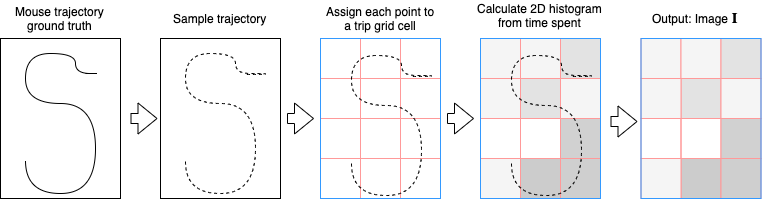
Above: paper/images/trip_grid_algo.png in traja-team/traja (draw.io), before the change. Source tidied: cells renumbered, new cells last; positions are measured from the earlier drawing's top-left corner, leaving out a move shared by most shapes.
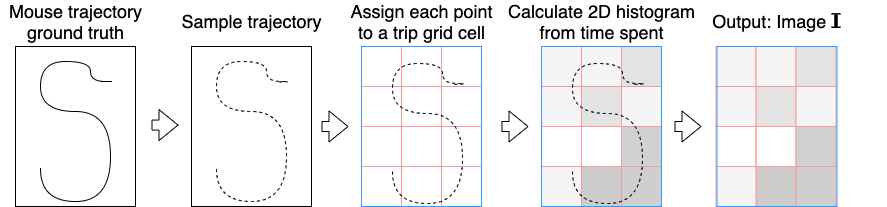
Later version of the same file.

Commit message:
[Paper] Improve images

The edit, as a diff of the source:
```diff
@@ -2,230 +2,231 @@
   <root>
     <mxCell id="0" />
     <mxCell id="1" parent="0" />
-    <mxCell id="2" style="rounded=0;comic=0;jettySize=auto;html=1;shadow=0;shape=flexArrow;perimeterSpacing=10;sourcePerimeterSpacing=8;startSize=10;startWidth=20;snapToPoint=0;entryX=-0.025;entryY=0.5;entryDx=0;entryDy=0;entryPerimeter=0;" parent="1" edge="1" target="5">
-      <mxGeometry relative="1" as="geometry">
-        <mxPoint x="130" y="118" as="sourcePoint" />
-      </mxGeometry>
-    </mxCell>
     <mxCell id="3" style="rounded=0;whiteSpace=wrap;html=1;" parent="1" vertex="1">
-      <mxGeometry y="38" width="120" height="160" as="geometry" />
+      <mxGeometry x="4" y="38" width="120" height="160" as="geometry" />
     </mxCell>
     <mxCell id="4" style="endArrow=none;html=1;edgeStyle=orthogonalEdgeStyle;curved=1;shadow=0;comic=0;" parent="1" edge="1">
       <mxGeometry relative="1" as="geometry">
-        <mxPoint x="25" y="160" as="sourcePoint" />
-        <mxPoint x="85" y="73" as="targetPoint" />
+        <mxPoint x="29" y="160" as="sourcePoint" />
+        <mxPoint x="89" y="73" as="targetPoint" />
         <Array as="points">
-          <mxPoint x="25" y="193" />
-          <mxPoint x="95" y="193" />
-          <mxPoint x="95" y="103" />
-          <mxPoint x="25" y="103" />
-          <mxPoint x="25" y="53" />
-          <mxPoint x="75" y="53" />
-          <mxPoint x="75" y="73" />
-          <mxPoint x="105" y="73" />
+          <mxPoint x="29" y="193" />
+          <mxPoint x="99" y="193" />
+          <mxPoint x="99" y="103" />
+          <mxPoint x="29" y="103" />
+          <mxPoint x="29" y="53" />
+          <mxPoint x="79" y="53" />
+          <mxPoint x="79" y="73" />
+          <mxPoint x="109" y="73" />
         </Array>
       </mxGeometry>
     </mxCell>
     <mxCell id="5" style="rounded=0;whiteSpace=wrap;html=1;" parent="1" vertex="1">
-      <mxGeometry x="160" y="38" width="120" height="160" as="geometry" />
+      <mxGeometry x="180" y="38" width="120" height="160" as="geometry" />
     </mxCell>
     <mxCell id="6" style="endArrow=none;html=1;edgeStyle=orthogonalEdgeStyle;curved=1;shadow=0;comic=0;dashed=1;" parent="1" edge="1">
       <mxGeometry relative="1" as="geometry">
-        <mxPoint x="185" y="160.5" as="sourcePoint" />
-        <mxPoint x="245" y="73.5" as="targetPoint" />
+        <mxPoint x="205" y="160.5" as="sourcePoint" />
+        <mxPoint x="265" y="73.5" as="targetPoint" />
         <Array as="points">
-          <mxPoint x="185" y="193" />
-          <mxPoint x="255" y="193" />
-          <mxPoint x="255" y="103" />
-          <mxPoint x="185" y="103" />
-          <mxPoint x="185" y="53" />
-          <mxPoint x="235" y="53" />
-          <mxPoint x="235" y="73" />
-          <mxPoint x="265" y="73" />
+          <mxPoint x="205" y="193" />
+          <mxPoint x="275" y="193" />
+          <mxPoint x="275" y="103" />
+          <mxPoint x="205" y="103" />
+          <mxPoint x="205" y="53" />
+          <mxPoint x="255" y="53" />
+          <mxPoint x="255" y="73" />
+          <mxPoint x="285" y="73" />
         </Array>
       </mxGeometry>
     </mxCell>
     <mxCell id="7" style="whiteSpace=wrap;html=1;strokeColor=#FF9999;fillColor=none;" parent="1" vertex="1">
-      <mxGeometry x="360" y="118" width="40" height="40" as="geometry" />
+      <mxGeometry x="390" y="118" width="40" height="40" as="geometry" />
     </mxCell>
     <mxCell id="8" style="whiteSpace=wrap;html=1;strokeColor=#FF9999;fillColor=none;" parent="1" vertex="1">
-      <mxGeometry x="360" y="158" width="40" height="40" as="geometry" />
+      <mxGeometry x="390" y="158" width="40" height="40" as="geometry" />
     </mxCell>
     <mxCell id="9" style="whiteSpace=wrap;html=1;strokeColor=#FF9999;fillColor=none;" parent="1" vertex="1">
-      <mxGeometry x="360" y="78" width="40" height="40" as="geometry" />
+      <mxGeometry x="390" y="78" width="40" height="40" as="geometry" />
     </mxCell>
     <mxCell id="10" style="whiteSpace=wrap;html=1;strokeColor=#FF9999;fillColor=none;" parent="1" vertex="1">
-      <mxGeometry x="400" y="78" width="40" height="40" as="geometry" />
+      <mxGeometry x="430" y="78" width="40" height="40" as="geometry" />
     </mxCell>
     <mxCell id="11" style="whiteSpace=wrap;html=1;strokeColor=#FF9999;fillColor=none;" parent="1" vertex="1">
-      <mxGeometry x="320" y="78" width="40" height="40" as="geometry" />
+      <mxGeometry x="350" y="78" width="40" height="40" as="geometry" />
     </mxCell>
     <mxCell id="12" style="whiteSpace=wrap;html=1;strokeColor=#FF9999;fillColor=none;" parent="1" vertex="1">
-      <mxGeometry x="320" y="118" width="40" height="40" as="geometry" />
+      <mxGeometry x="350" y="118" width="40" height="40" as="geometry" />
     </mxCell>
     <mxCell id="13" style="whiteSpace=wrap;html=1;strokeColor=#FF9999;fillColor=none;" parent="1" vertex="1">
-      <mxGeometry x="400" y="158" width="40" height="40" as="geometry" />
+      <mxGeometry x="430" y="158" width="40" height="40" as="geometry" />
     </mxCell>
     <mxCell id="14" style="whiteSpace=wrap;html=1;strokeColor=#FF9999;fillColor=none;" parent="1" vertex="1">
-      <mxGeometry x="320" y="38" width="40" height="40" as="geometry" />
+      <mxGeometry x="350" y="38" width="40" height="40" as="geometry" />
     </mxCell>
     <mxCell id="15" style="whiteSpace=wrap;html=1;strokeColor=#FF9999;fillColor=none;" parent="1" vertex="1">
-      <mxGeometry x="360" y="38" width="40" height="40" as="geometry" />
+      <mxGeometry x="390" y="38" width="40" height="40" as="geometry" />
     </mxCell>
     <mxCell id="16" style="whiteSpace=wrap;html=1;strokeColor=#FF9999;fillColor=none;" parent="1" vertex="1">
-      <mxGeometry x="320" y="158" width="40" height="40" as="geometry" />
+      <mxGeometry x="350" y="158" width="40" height="40" as="geometry" />
     </mxCell>
     <mxCell id="17" style="whiteSpace=wrap;html=1;strokeColor=#FF9999;fillColor=none;" parent="1" vertex="1">
-      <mxGeometry x="400" y="118" width="40" height="40" as="geometry" />
+      <mxGeometry x="430" y="118" width="40" height="40" as="geometry" />
     </mxCell>
     <mxCell id="18" style="whiteSpace=wrap;html=1;strokeColor=#FF9999;fillColor=none;" parent="1" vertex="1">
-      <mxGeometry x="400" y="38" width="40" height="40" as="geometry" />
+      <mxGeometry x="430" y="38" width="40" height="40" as="geometry" />
     </mxCell>
     <mxCell id="19" style="rounded=0;whiteSpace=wrap;html=1;fillColor=none;strokeColor=#3399FF;" parent="1" vertex="1">
-      <mxGeometry x="320" y="38" width="120" height="160" as="geometry" />
+      <mxGeometry x="350" y="38" width="120" height="160" as="geometry" />
     </mxCell>
     <mxCell id="20" style="endArrow=none;html=1;edgeStyle=orthogonalEdgeStyle;curved=1;shadow=0;comic=0;dashed=1;" parent="1" edge="1">
       <mxGeometry relative="1" as="geometry">
-        <mxPoint x="351" y="163" as="sourcePoint" />
-        <mxPoint x="411" y="76" as="targetPoint" />
+        <mxPoint x="381" y="163" as="sourcePoint" />
+        <mxPoint x="441" y="76" as="targetPoint" />
         <Array as="points">
-          <mxPoint x="351" y="195" />
-          <mxPoint x="421" y="195" />
-          <mxPoint x="421" y="105" />
-          <mxPoint x="351" y="105" />
-          <mxPoint x="351" y="55" />
-          <mxPoint x="401" y="55" />
-          <mxPoint x="401" y="75" />
+          <mxPoint x="381" y="195" />
+          <mxPoint x="451" y="195" />
+          <mxPoint x="451" y="105" />
+          <mxPoint x="381" y="105" />
+          <mxPoint x="381" y="55" />
+          <mxPoint x="431" y="55" />
           <mxPoint x="431" y="75" />
+          <mxPoint x="461" y="75" />
         </Array>
       </mxGeometry>
     </mxCell>
     <mxCell id="21" style="whiteSpace=wrap;html=1;strokeColor=#FF9999;fillColor=none;" parent="1" vertex="1">
-      <mxGeometry x="520" y="118" width="40" height="40" as="geometry" />
+      <mxGeometry x="570" y="118" width="40" height="40" as="geometry" />
     </mxCell>
     <mxCell id="22" style="whiteSpace=wrap;html=1;strokeColor=#FF9999;fillColor=#CCCCCC;" parent="1" vertex="1">
-      <mxGeometry x="520" y="158" width="40" height="40" as="geometry" />
+      <mxGeometry x="570" y="158" width="40" height="40" as="geometry" />
     </mxCell>
     <mxCell id="23" style="whiteSpace=wrap;html=1;strokeColor=#FF9999;fillColor=#E3E3E3;fontColor=#333333;" parent="1" vertex="1">
-      <mxGeometry x="520" y="78" width="40" height="40" as="geometry" />
+      <mxGeometry x="570" y="78" width="40" height="40" as="geometry" />
     </mxCell>
     <mxCell id="24" style="whiteSpace=wrap;html=1;strokeColor=#FF9999;fillColor=#f5f5f5;fontColor=#333333;" parent="1" vertex="1">
-      <mxGeometry x="560" y="78" width="40" height="40" as="geometry" />
+      <mxGeometry x="610" y="78" width="40" height="40" as="geometry" />
     </mxCell>
     <mxCell id="25" style="whiteSpace=wrap;html=1;strokeColor=#FF9999;fillColor=#f5f5f5;fontColor=#333333;" parent="1" vertex="1">
-      <mxGeometry x="480" y="78" width="40" height="40" as="geometry" />
+      <mxGeometry x="530" y="78" width="40" height="40" as="geometry" />
     </mxCell>
     <mxCell id="26" style="whiteSpace=wrap;html=1;strokeColor=#FF9999;fillColor=none;" parent="1" vertex="1">
-      <mxGeometry x="480" y="118" width="40" height="40" as="geometry" />
+      <mxGeometry x="530" y="118" width="40" height="40" as="geometry" />
     </mxCell>
     <mxCell id="27" style="whiteSpace=wrap;html=1;strokeColor=#FF9999;fillColor=#CFCFCF;" parent="1" vertex="1">
-      <mxGeometry x="560" y="158" width="40" height="40" as="geometry" />
+      <mxGeometry x="610" y="158" width="40" height="40" as="geometry" />
     </mxCell>
     <mxCell id="28" style="whiteSpace=wrap;html=1;strokeColor=#FF9999;fillColor=#f5f5f5;fontColor=#333333;" parent="1" vertex="1">
-      <mxGeometry x="480" y="38" width="40" height="40" as="geometry" />
+      <mxGeometry x="530" y="38" width="40" height="40" as="geometry" />
     </mxCell>
     <mxCell id="29" style="whiteSpace=wrap;html=1;strokeColor=#FF9999;fillColor=#f5f5f5;fontColor=#333333;" parent="1" vertex="1">
-      <mxGeometry x="520" y="38" width="40" height="40" as="geometry" />
+      <mxGeometry x="570" y="38" width="40" height="40" as="geometry" />
     </mxCell>
     <mxCell id="30" style="whiteSpace=wrap;html=1;strokeColor=#FF9999;fillColor=#f5f5f5;fontColor=#333333;" parent="1" vertex="1">
-      <mxGeometry x="480" y="158" width="40" height="40" as="geometry" />
+      <mxGeometry x="530" y="158" width="40" height="40" as="geometry" />
     </mxCell>
     <mxCell id="31" style="whiteSpace=wrap;html=1;strokeColor=#FF9999;fillColor=#D1D1D1;fontColor=#333333;" parent="1" vertex="1">
-      <mxGeometry x="560" y="118" width="40" height="40" as="geometry" />
+      <mxGeometry x="610" y="118" width="40" height="40" as="geometry" />
     </mxCell>
     <mxCell id="32" style="whiteSpace=wrap;html=1;strokeColor=#FF9999;fillColor=#E3E3E3;" parent="1" vertex="1">
-      <mxGeometry x="560" y="38" width="40" height="40" as="geometry" />
+      <mxGeometry x="610" y="38" width="40" height="40" as="geometry" />
     </mxCell>
     <mxCell id="33" style="rounded=0;whiteSpace=wrap;html=1;fillColor=none;strokeColor=#3399FF;" parent="1" vertex="1">
-      <mxGeometry x="480" y="38" width="120" height="160" as="geometry" />
+      <mxGeometry x="530" y="38" width="120" height="160" as="geometry" />
     </mxCell>
     <mxCell id="34" style="endArrow=none;html=1;edgeStyle=orthogonalEdgeStyle;curved=1;shadow=0;comic=0;dashed=1;" parent="1" edge="1">
       <mxGeometry relative="1" as="geometry">
-        <mxPoint x="511" y="163" as="sourcePoint" />
-        <mxPoint x="571" y="76" as="targetPoint" />
+        <mxPoint x="561" y="163" as="sourcePoint" />
+        <mxPoint x="621" y="76" as="targetPoint" />
         <Array as="points">
-          <mxPoint x="511" y="195" />
-          <mxPoint x="581" y="195" />
-          <mxPoint x="581" y="105" />
-          <mxPoint x="511" y="105" />
-          <mxPoint x="511" y="55" />
+          <mxPoint x="561" y="195" />
+          <mxPoint x="631" y="195" />
+          <mxPoint x="631" y="105" />
+          <mxPoint x="561" y="105" />
           <mxPoint x="561" y="55" />
-          <mxPoint x="561" y="75" />
-          <mxPoint x="591" y="75" />
+          <mxPoint x="611" y="55" />
+          <mxPoint x="611" y="75" />
+          <mxPoint x="641" y="75" />
         </Array>
       </mxGeometry>
     </mxCell>
     <mxCell id="35" style="rounded=0;comic=0;orthogonalLoop=1;jettySize=auto;html=1;shadow=0;shape=flexArrow;perimeterSpacing=10;sourcePerimeterSpacing=8;startSize=10;startWidth=20;snapToPoint=0;entryX=-0.025;entryY=0.5;entryDx=0;entryDy=0;entryPerimeter=0;" parent="1" edge="1">
       <mxGeometry relative="1" as="geometry">
-        <mxPoint x="286.5" y="118" as="sourcePoint" />
-        <mxPoint x="313.5" y="118" as="targetPoint" />
+        <mxPoint x="310" y="118" as="sourcePoint" />
+        <mxPoint x="337" y="118" as="targetPoint" />
       </mxGeometry>
     </mxCell>
     <mxCell id="36" style="rounded=0;comic=0;orthogonalLoop=1;jettySize=auto;html=1;shadow=0;shape=flexArrow;perimeterSpacing=10;sourcePerimeterSpacing=8;startSize=10;startWidth=20;snapToPoint=0;entryX=-0.025;entryY=0.5;entryDx=0;entryDy=0;entryPerimeter=0;" parent="1" edge="1">
       <mxGeometry relative="1" as="geometry">
-        <mxPoint x="446.5" y="118" as="sourcePoint" />
-        <mxPoint x="473.5" y="118" as="targetPoint" />
+        <mxPoint x="490" y="118" as="sourcePoint" />
+        <mxPoint x="517" y="118" as="targetPoint" />
       </mxGeometry>
     </mxCell>
-    <mxCell id="37" value="Mouse&amp;nbsp;trajectory&lt;br&gt;ground truth" style="text;html=1;align=center;verticalAlign=middle;" parent="1" vertex="1">
-      <mxGeometry x="10" y="3" width="100" height="30" as="geometry" />
+    <mxCell id="37" value="&lt;font style=&quot;font-size: 18px&quot;&gt;Mouse&amp;nbsp;trajectory&lt;br&gt;ground truth&lt;/font&gt;" style="text;html=1;align=center;verticalAlign=middle;" parent="1" vertex="1">
+      <mxGeometry x="-11" y="-7" width="150" height="40" as="geometry" />
     </mxCell>
-    <mxCell id="38" value="Sample trajectory" style="text;html=1;align=center;verticalAlign=middle;" parent="1" vertex="1">
-      <mxGeometry x="165" y="8" width="110" height="20" as="geometry" />
+    <mxCell id="38" value="&lt;font style=&quot;font-size: 18px&quot;&gt;Sample trajectory&lt;/font&gt;" style="text;html=1;align=center;verticalAlign=middle;" parent="1" vertex="1">
+      <mxGeometry x="160" y="3" width="160" height="20" as="geometry" />
     </mxCell>
-    <mxCell id="39" value="Assign each point to&lt;br&gt;a trip grid cell" style="text;html=1;align=center;verticalAlign=middle;" parent="1" vertex="1">
-      <mxGeometry x="320" y="3" width="120" height="30" as="geometry" />
+    <mxCell id="39" value="&lt;font style=&quot;font-size: 18px&quot;&gt;Assign each point&lt;br&gt;to a trip grid cell&lt;/font&gt;" style="text;html=1;align=center;verticalAlign=middle;" parent="1" vertex="1">
+      <mxGeometry x="330" y="-7" width="160" height="40" as="geometry" />
     </mxCell>
-    <mxCell id="40" value="Calculate 2D histogram&lt;br&gt;from time spent" style="text;html=1;align=center;verticalAlign=middle;" parent="1" vertex="1">
-      <mxGeometry x="470" width="140" height="30" as="geometry" />
+    <mxCell id="40" value="&lt;font style=&quot;font-size: 18px&quot;&gt;Calculate 2D histogram&lt;br&gt;from time spent&lt;/font&gt;" style="text;html=1;align=center;verticalAlign=middle;" parent="1" vertex="1">
+      <mxGeometry x="490" y="-7" width="200" height="40" as="geometry" />
     </mxCell>
     <mxCell id="41" style="whiteSpace=wrap;html=1;strokeColor=#FF9999;fillColor=none;" parent="1" vertex="1">
-      <mxGeometry x="680.5" y="118" width="40" height="40" as="geometry" />
+      <mxGeometry x="744.5" y="118" width="40" height="40" as="geometry" />
     </mxCell>
     <mxCell id="42" style="whiteSpace=wrap;html=1;strokeColor=#FF9999;fillColor=#CCCCCC;" parent="1" vertex="1">
-      <mxGeometry x="680.5" y="158" width="40" height="40" as="geometry" />
+      <mxGeometry x="744.5" y="158" width="40" height="40" as="geometry" />
     </mxCell>
     <mxCell id="43" style="whiteSpace=wrap;html=1;strokeColor=#FF9999;fillColor=#E3E3E3;fontColor=#333333;" parent="1" vertex="1">
-      <mxGeometry x="680.5" y="78" width="40" height="40" as="geometry" />
+      <mxGeometry x="744.5" y="78" width="40" height="40" as="geometry" />
     </mxCell>
     <mxCell id="44" style="whiteSpace=wrap;html=1;strokeColor=#FF9999;fillColor=#f5f5f5;fontColor=#333333;" parent="1" vertex="1">
-      <mxGeometry x="720.5" y="78" width="40" height="40" as="geometry" />
+      <mxGeometry x="784.5" y="78" width="40" height="40" as="geometry" />
     </mxCell>
     <mxCell id="45" style="whiteSpace=wrap;html=1;strokeColor=#FF9999;fillColor=#f5f5f5;fontColor=#333333;" parent="1" vertex="1">
-      <mxGeometry x="640.5" y="78" width="40" height="40" as="geometry" />
+      <mxGeometry x="704.5" y="78" width="40" height="40" as="geometry" />
     </mxCell>
     <mxCell id="46" style="whiteSpace=wrap;html=1;strokeColor=#FF9999;fillColor=none;" parent="1" vertex="1">
-      <mxGeometry x="640.5" y="118" width="40" height="40" as="geometry" />
+      <mxGeometry x="704.5" y="118" width="40" height="40" as="geometry" />
     </mxCell>
     <mxCell id="47" style="whiteSpace=wrap;html=1;strokeColor=#FF9999;fillColor=#CFCFCF;" parent="1" vertex="1">
-      <mxGeometry x="720.5" y="158" width="40" height="40" as="geometry" />
+      <mxGeometry x="784.5" y="158" width="40" height="40" as="geometry" />
     </mxCell>
     <mxCell id="48" style="whiteSpace=wrap;html=1;strokeColor=#FF9999;fillColor=#f5f5f5;fontColor=#333333;" parent="1" vertex="1">
-      <mxGeometry x="640.5" y="38" width="40" height="40" as="geometry" />
+      <mxGeometry x="704.5" y="38" width="40" height="40" as="geometry" />
     </mxCell>
     <mxCell id="49" style="whiteSpace=wrap;html=1;strokeColor=#FF9999;fillColor=#f5f5f5;fontColor=#333333;" parent="1" vertex="1">
-      <mxGeometry x="680.5" y="38" width="40" height="40" as="geometry" />
+      <mxGeometry x="744.5" y="38" width="40" height="40" as="geometry" />
     </mxCell>
     <mxCell id="50" style="whiteSpace=wrap;html=1;strokeColor=#FF9999;fillColor=#f5f5f5;fontColor=#333333;" parent="1" vertex="1">
-      <mxGeometry x="640.5" y="158" width="40" height="40" as="geometry" />
+      <mxGeometry x="704.5" y="158" width="40" height="40" as="geometry" />
     </mxCell>
     <mxCell id="51" style="whiteSpace=wrap;html=1;strokeColor=#FF9999;fillColor=#D1D1D1;fontColor=#333333;" parent="1" vertex="1">
-      <mxGeometry x="720.5" y="118" width="40" height="40" as="geometry" />
+      <mxGeometry x="784.5" y="118" width="40" height="40" as="geometry" />
     </mxCell>
     <mxCell id="52" style="whiteSpace=wrap;html=1;strokeColor=#FF9999;fillColor=#E3E3E3;" parent="1" vertex="1">
-      <mxGeometry x="720.5" y="38" width="40" height="40" as="geometry" />
+      <mxGeometry x="784.5" y="38" width="40" height="40" as="geometry" />
     </mxCell>
     <mxCell id="53" style="rounded=0;whiteSpace=wrap;html=1;fillColor=none;strokeColor=#3399FF;" parent="1" vertex="1">
-      <mxGeometry x="640.5" y="38" width="120" height="160" as="geometry" />
+      <mxGeometry x="705.5" y="38" width="120" height="160" as="geometry" />
     </mxCell>
     <mxCell id="54" style="rounded=0;comic=0;orthogonalLoop=1;jettySize=auto;html=1;shadow=0;shape=flexArrow;perimeterSpacing=10;sourcePerimeterSpacing=8;startSize=10;startWidth=20;snapToPoint=0;entryX=-0.025;entryY=0.5;entryDx=0;entryDy=0;entryPerimeter=0;" parent="1" edge="1">
       <mxGeometry relative="1" as="geometry">
-        <mxPoint x="610" y="121" as="sourcePoint" />
-        <mxPoint x="637" y="121" as="targetPoint" />
+        <mxPoint x="663" y="118" as="sourcePoint" />
+        <mxPoint x="690" y="118" as="targetPoint" />
       </mxGeometry>
     </mxCell>
-    <mxCell id="55" value="Output: Image `\mathbf{I}`" style="text;html=1;align=center;verticalAlign=middle;" parent="1" vertex="1">
-      <mxGeometry x="620" y="8" width="150" height="20" as="geometry" />
+    <mxCell id="55" value="&lt;font style=&quot;font-size: 18px&quot;&gt;Output: Image `\mathbf{I}`&lt;/font&gt;" style="text;html=1;align=center;verticalAlign=middle;" parent="1" vertex="1">
+      <mxGeometry x="654.5" y="3" width="220" height="20" as="geometry" />
     </mxCell>
+    <mxCell id="56" style="rounded=0;comic=0;orthogonalLoop=1;jettySize=auto;html=1;shadow=0;shape=flexArrow;perimeterSpacing=10;sourcePerimeterSpacing=8;startSize=10;startWidth=20;snapToPoint=0;entryX=-0.025;entryY=0.5;entryDx=0;entryDy=0;entryPerimeter=0;" parent="1" edge="1">
+      <mxGeometry relative="1" as="geometry">
+        <mxPoint x="140" y="116.6" as="sourcePoint" />
+        <mxPoint x="167" y="116.6" as="targetPoint" />
+      </mxGeometry>
+    </mxCell>
   </root>
 </mxGraphModel>
```
